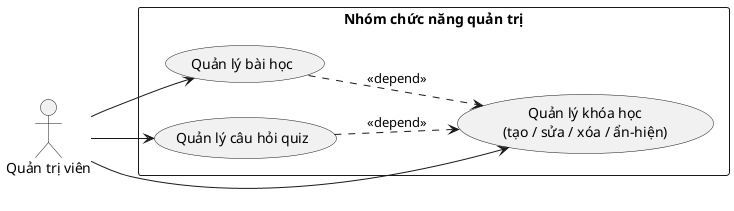
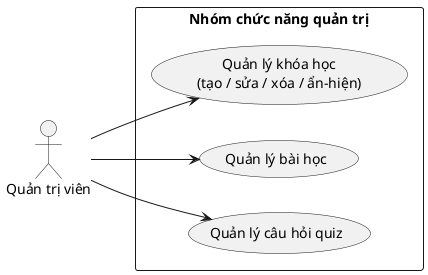
@startuml usecase-admin
left to right direction
skinparam packageStyle rectangle

actor "Quản trị viên" as QTV

rectangle "Nhóm chức năng quản trị" {
  usecase "Quản lý khóa học\n(tạo / sửa / xóa / ẩn-hiện)" as UC1
  usecase "Quản lý bài học" as UC2
  usecase "Quản lý câu hỏi quiz" as UC3
}

QTV --> UC1
QTV --> UC2
QTV --> UC3
- UC2 ..> UC1 : <<depend>>
- UC3 ..> UC1 : <<depend>>
+ 
@enduml
